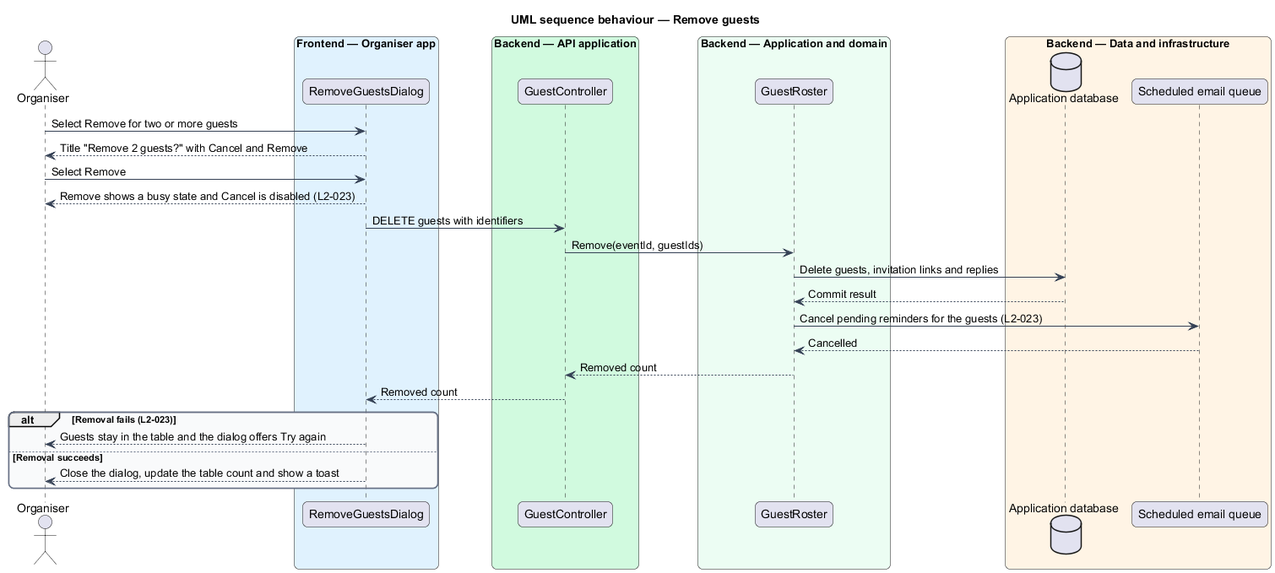
This is docs/detailed-designs/guests/manage-guest/diagrams/sequence-remove-guests.png from QuinntyneBrown/rsvp-cms, a PlantUML export, as it was before one commit. The source it was exported from:
```plantuml
@startuml
title UML sequence behaviour — Remove guests
skinparam backgroundColor #FFFFFF
skinparam shadowing false
skinparam roundcorner 12
skinparam defaultFontName Arial
skinparam ArrowColor #344054
skinparam rectangle {
  BorderColor #344054
  FontColor #101828
}
skinparam package {
  BorderColor #667085
  FontColor #101828
  BackgroundColor #F9FAFB
}
actor "Organiser" as actor
box "Frontend — Organiser app" #E0F2FE
  participant "RemoveGuestsDialog" as dialog
end box
box "Backend — API application" #D1FADF
  participant "GuestController" as controller
end box
box "Backend — Application and domain" #ECFDF3
  participant "GuestRoster" as roster
end box
box "Backend — Data and infrastructure" #FFF4E5
  database "Application database" as db
  participant "Scheduled email queue" as queue
end box

actor -> dialog : Select Remove for two or more guests
dialog --> actor : Title "Remove 2 guests?" with Cancel and Remove
actor -> dialog : Select Remove
dialog --> actor : Remove shows a busy state and Cancel is disabled (L2-023)
dialog -> controller : DELETE guests with identifiers
controller -> roster : Remove(eventId, guestIds)
roster -> db : Delete guests, invitation links and replies
db --> roster : Commit result
roster -> queue : Cancel pending reminders for the guests (L2-023)
queue --> roster : Cancelled
roster --> controller : Removed count
controller --> dialog : Removed count
alt Removal fails (L2-023)
  dialog --> actor : Guests stay in the table and the dialog offers Try again
else Removal succeeds
  dialog --> actor : Close the dialog, update the table count and show a toast
end
@enduml
```
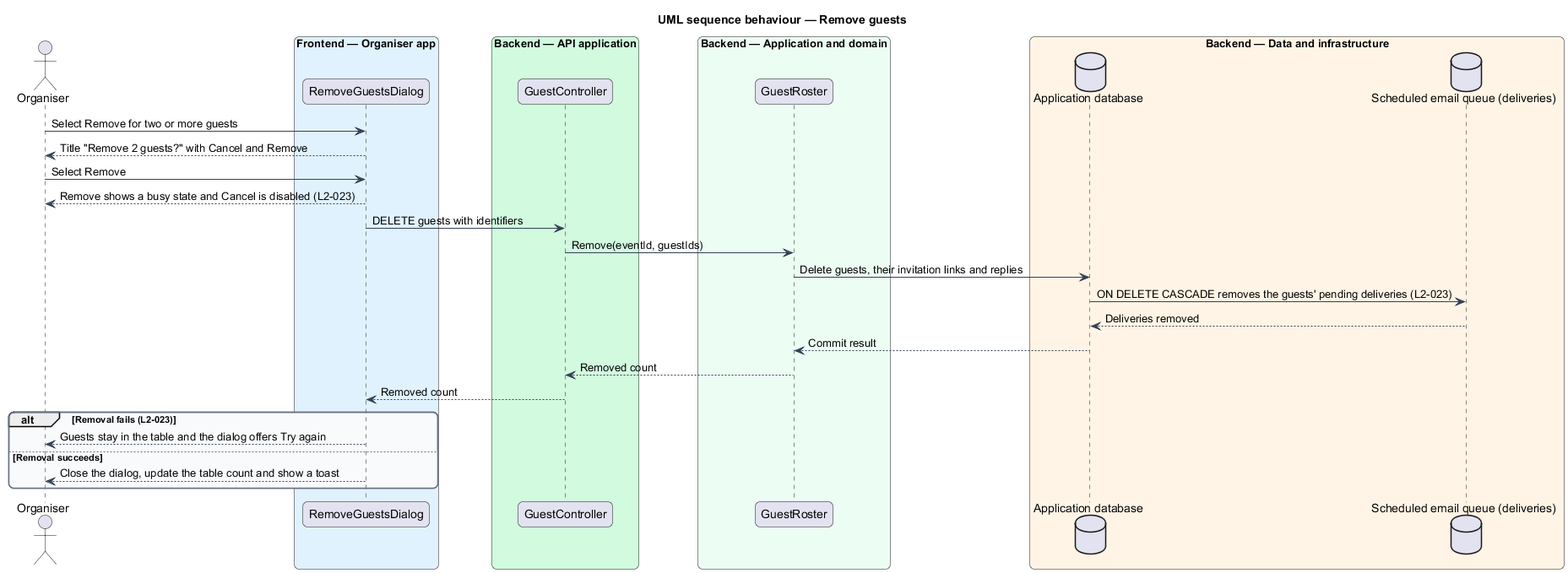
The same diagram one commit later.

The edit, as a diff of the source:
```diff
@@ -26,7 +26,7 @@
 end box
 box "Backend — Data and infrastructure" #FFF4E5
   database "Application database" as db
-  participant "Scheduled email queue" as queue
+  database "Scheduled email queue (deliveries)" as queue
 end box
 
 actor -> dialog : Select Remove for two or more guests
@@ -35,10 +35,10 @@
 dialog --> actor : Remove shows a busy state and Cancel is disabled (L2-023)
 dialog -> controller : DELETE guests with identifiers
 controller -> roster : Remove(eventId, guestIds)
-roster -> db : Delete guests, invitation links and replies
+roster -> db : Delete guests, their invitation links and replies
+db -> queue : ON DELETE CASCADE removes the guests' pending deliveries (L2-023)
+queue --> db : Deliveries removed
 db --> roster : Commit result
-roster -> queue : Cancel pending reminders for the guests (L2-023)
-queue --> roster : Cancelled
 roster --> controller : Removed count
 controller --> dialog : Removed count
 alt Removal fails (L2-023)
```
